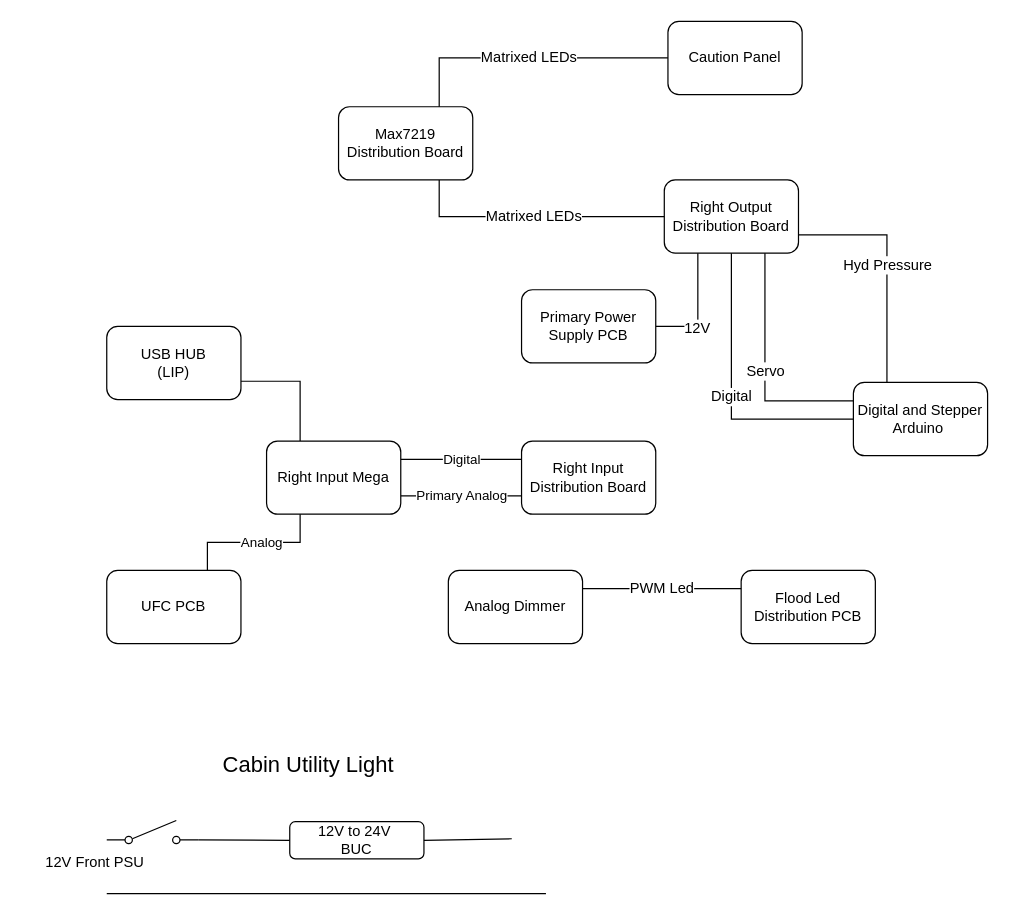
This is page "Right Console" (2 of 4) of Hornet Documentation/Hornet High-Level Connectivity .drawio from bnepethomas/bne-arduino-flight-simulator-interfaces, a draw.io file, before an edit. Source tidied: cells renumbered, new cells numbered last; positions are measured from the earlier drawing's top-left corner, leaving out a move shared by most shapes. Both pictures are drawn from the tidied source at 122%, with x=0, y=0 at pixel (33, 21).
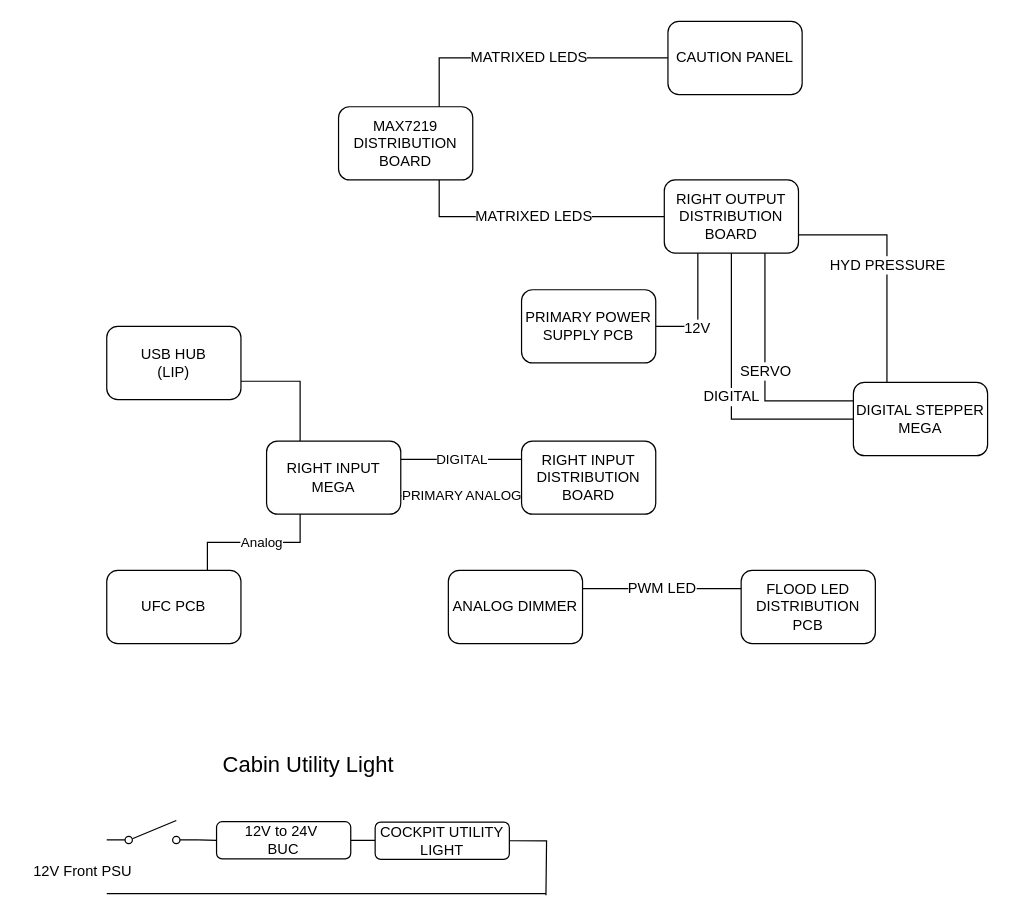
The same diagram, later.

What changed in the source:
```diff
@@
     <mxCell id="2" value="12V Front PSU" style="text;html=1;align=center;verticalAlign=middle;fillColor=none;strokeColor=none;rounded=0;" parent="1" vertex="1">
-      <mxGeometry y="680" width="100" height="20" as="geometry" />
+      <mxGeometry x="-10" y="686.5" width="100" height="20" as="geometry" />
     </mxCell>
-    <mxCell id="3" value="Hyd Pressure" style="edgeStyle=orthogonalEdgeStyle;rounded=0;jettySize=auto;html=1;exitX=1;exitY=0.75;exitDx=0;exitDy=0;entryX=0.25;entryY=0;entryDx=0;entryDy=0;fontSize=12;endArrow=none;endFill=0;endSize=2;" parent="1" edge="1" source="4" target="24">
+    <mxCell id="3" value="HYD PRESSURE" style="edgeStyle=orthogonalEdgeStyle;rounded=0;jettySize=auto;html=1;exitX=1;exitY=0.75;exitDx=0;exitDy=0;entryX=0.25;entryY=0;entryDx=0;entryDy=0;fontSize=12;endArrow=none;endFill=0;endSize=2;" parent="1" edge="1" source="4" target="24">
       <mxGeometry relative="1" as="geometry" />
     </mxCell>
-    <mxCell id="4" value="Right Output Distribution Board" style="rounded=1;whiteSpace=wrap;html=1;" parent="1" vertex="1">
+    <mxCell id="4" value="RIGHT OUTPUT DISTRIBUTION BOARD" style="rounded=1;whiteSpace=wrap;html=1;" parent="1" vertex="1">
       <mxGeometry x="517" y="130" width="110" height="60" as="geometry" />
     </mxCell>
-    <mxCell id="5" value="Digital" style="edgeStyle=none;rounded=0;jettySize=auto;html=1;exitX=1;exitY=0.25;exitDx=0;exitDy=0;entryX=0;entryY=0.25;entryDx=0;entryDy=0;endArrow=none;endFill=0;endSize=2;" parent="1" edge="1" source="7" target="25">
+    <mxCell id="5" value="DIGITAL" style="edgeStyle=none;rounded=0;jettySize=auto;html=1;exitX=1;exitY=0.25;exitDx=0;exitDy=0;entryX=0;entryY=0.25;entryDx=0;entryDy=0;endArrow=none;endFill=0;endSize=2;" parent="1" edge="1" source="7" target="25">
       <mxGeometry relative="1" as="geometry" />
     </mxCell>
-    <mxCell id="6" value="Primary Analog" style="edgeStyle=none;rounded=0;jettySize=auto;html=1;exitX=1;exitY=0.75;exitDx=0;exitDy=0;entryX=0;entryY=0.75;entryDx=0;entryDy=0;endArrow=none;endFill=0;endSize=2;" parent="1" edge="1" source="7" target="25">
+    <mxCell id="6" value="PRIMARY ANALOG" style="edgeStyle=none;rounded=0;jettySize=auto;html=1;exitX=1;exitY=0.75;exitDx=0;exitDy=0;entryX=0;entryY=0.75;entryDx=0;entryDy=0;endArrow=none;endFill=0;endSize=2;" parent="1" edge="1" source="7" target="25">
       <mxGeometry relative="1" as="geometry" />
     </mxCell>
-    <mxCell id="7" value="Right Input Mega" style="rounded=1;whiteSpace=wrap;html=1;" parent="1" vertex="1">
+    <mxCell id="7" value="RIGHT INPUT MEGA" style="rounded=1;whiteSpace=wrap;html=1;" parent="1" vertex="1">
       <mxGeometry x="191" y="344" width="110" height="60" as="geometry" />
     </mxCell>
@@
+    <mxCell id="33" style="edgeStyle=orthogonalEdgeStyle;rounded=0;jettySize=auto;html=1;exitX=1;exitY=0.5;exitDx=0;exitDy=0;entryX=0;entryY=0.5;entryDx=0;entryDy=0;fontSize=16;endArrow=none;endFill=0;" parent="1" edge="1" source="13" target="35">
+      <mxGeometry relative="1" as="geometry" />
+    </mxCell>
     <mxCell id="13" value="12V to 24V&amp;nbsp;&lt;br&gt;BUC" style="rounded=1;whiteSpace=wrap;html=1;" parent="1" vertex="1">
-      <mxGeometry x="210" y="656" width="110" height="30.5" as="geometry" />
+      <mxGeometry x="150" y="656" width="110" height="30.5" as="geometry" />
     </mxCell>
@@
-    <mxCell id="16" style="edgeStyle=none;rounded=0;jettySize=auto;html=1;exitX=0.2;exitY=1;exitDx=0;exitDy=0;exitPerimeter=0;entryX=1;entryY=0.5;entryDx=0;entryDy=0;endArrow=none;endFill=0;" parent="1" edge="1" target="13">
-      <mxGeometry relative="1" as="geometry">
-        <mxPoint x="392" y="670" as="sourcePoint" />
-      </mxGeometry>
-    </mxCell>
@@
-    <mxCell id="21" value="Primary Power Supply PCB&lt;br&gt;" style="rounded=1;whiteSpace=wrap;html=1;" parent="1" vertex="1">
+    <mxCell id="21" value="PRIMARY POWER SUPPLY PCB" style="rounded=1;whiteSpace=wrap;html=1;" parent="1" vertex="1">
       <mxGeometry x="400" y="220" width="110" height="60" as="geometry" />
     </mxCell>
-    <mxCell id="22" value="Digital" style="edgeStyle=orthogonalEdgeStyle;rounded=0;jettySize=auto;html=1;exitX=0;exitY=0.5;exitDx=0;exitDy=0;entryX=0.5;entryY=1;entryDx=0;entryDy=0;fontSize=12;endArrow=none;endFill=0;endSize=2;" parent="1" edge="1" source="24" target="4">
+    <mxCell id="22" value="DIGITAL" style="edgeStyle=orthogonalEdgeStyle;rounded=0;jettySize=auto;html=1;exitX=0;exitY=0.5;exitDx=0;exitDy=0;entryX=0.5;entryY=1;entryDx=0;entryDy=0;fontSize=12;endArrow=none;endFill=0;endSize=2;" parent="1" edge="1" source="24" target="4">
       <mxGeometry relative="1" as="geometry" />
     </mxCell>
-    <mxCell id="23" value="Servo" style="edgeStyle=orthogonalEdgeStyle;rounded=0;jettySize=auto;html=1;exitX=0;exitY=0.25;exitDx=0;exitDy=0;entryX=0.75;entryY=1;entryDx=0;entryDy=0;fontSize=12;endArrow=none;endFill=0;endSize=2;" parent="1" edge="1" source="24" target="4">
+    <mxCell id="23" value="SERVO" style="edgeStyle=orthogonalEdgeStyle;rounded=0;jettySize=auto;html=1;exitX=0;exitY=0.25;exitDx=0;exitDy=0;entryX=0.75;entryY=1;entryDx=0;entryDy=0;fontSize=12;endArrow=none;endFill=0;endSize=2;" parent="1" edge="1" source="24" target="4">
       <mxGeometry relative="1" as="geometry" />
     </mxCell>
-    <mxCell id="24" value="Digital and Stepper Arduino&amp;nbsp;" style="rounded=1;whiteSpace=wrap;html=1;" parent="1" vertex="1">
+    <mxCell id="24" value="DIGITAL STEPPER&lt;br&gt;MEGA" style="rounded=1;whiteSpace=wrap;html=1;" parent="1" vertex="1">
       <mxGeometry x="672" y="296" width="110" height="60" as="geometry" />
     </mxCell>
-    <mxCell id="25" value="Right Input Distribution Board" style="rounded=1;whiteSpace=wrap;html=1;" parent="1" vertex="1">
+    <mxCell id="25" value="RIGHT INPUT DISTRIBUTION BOARD" style="rounded=1;whiteSpace=wrap;html=1;" parent="1" vertex="1">
       <mxGeometry x="400" y="344" width="110" height="60" as="geometry" />
     </mxCell>
-    <mxCell id="26" value="Matrixed LEDs" style="edgeStyle=orthogonalEdgeStyle;rounded=0;jettySize=auto;html=1;exitX=0.75;exitY=1;exitDx=0;exitDy=0;entryX=0;entryY=0.5;entryDx=0;entryDy=0;fontSize=12;endArrow=none;endFill=0;endSize=2;" parent="1" edge="1" source="27" target="4">
+    <mxCell id="26" value="MATRIXED LEDS" style="edgeStyle=orthogonalEdgeStyle;rounded=0;jettySize=auto;html=1;exitX=0.75;exitY=1;exitDx=0;exitDy=0;entryX=0;entryY=0.5;entryDx=0;entryDy=0;fontSize=12;endArrow=none;endFill=0;endSize=2;" parent="1" edge="1" source="27" target="4">
       <mxGeometry relative="1" as="geometry" />
     </mxCell>
-    <mxCell id="27" value="Max7219 Distribution Board" style="rounded=1;whiteSpace=wrap;html=1;" parent="1" vertex="1">
+    <mxCell id="27" value="MAX7219 DISTRIBUTION BOARD" style="rounded=1;whiteSpace=wrap;html=1;" parent="1" vertex="1">
       <mxGeometry x="250" y="70" width="110" height="60" as="geometry" />
     </mxCell>
-    <mxCell id="28" value="Matrixed LEDs" style="edgeStyle=orthogonalEdgeStyle;rounded=0;jettySize=auto;html=1;exitX=0;exitY=0.5;exitDx=0;exitDy=0;entryX=0.75;entryY=0;entryDx=0;entryDy=0;fontSize=12;endArrow=none;endFill=0;endSize=2;" parent="1" edge="1" source="29" target="27">
+    <mxCell id="28" value="MATRIXED LEDS" style="edgeStyle=orthogonalEdgeStyle;rounded=0;jettySize=auto;html=1;exitX=0;exitY=0.5;exitDx=0;exitDy=0;entryX=0.75;entryY=0;entryDx=0;entryDy=0;fontSize=12;endArrow=none;endFill=0;endSize=2;" parent="1" edge="1" source="29" target="27">
       <mxGeometry relative="1" as="geometry" />
     </mxCell>
-    <mxCell id="29" value="Caution Panel" style="rounded=1;whiteSpace=wrap;html=1;" parent="1" vertex="1">
+    <mxCell id="29" value="CAUTION PANEL" style="rounded=1;whiteSpace=wrap;html=1;" parent="1" vertex="1">
       <mxGeometry x="520" width="110" height="60" as="geometry" />
     </mxCell>
-    <mxCell id="30" value="Flood Led Distribution PCB" style="rounded=1;whiteSpace=wrap;html=1;" parent="1" vertex="1">
+    <mxCell id="30" value="FLOOD LED DISTRIBUTION PCB" style="rounded=1;whiteSpace=wrap;html=1;" parent="1" vertex="1">
       <mxGeometry x="580" y="450" width="110" height="60" as="geometry" />
     </mxCell>
-    <mxCell id="31" value="PWM Led" style="edgeStyle=orthogonalEdgeStyle;rounded=0;jettySize=auto;html=1;exitX=1;exitY=0.25;exitDx=0;exitDy=0;entryX=0;entryY=0.25;entryDx=0;entryDy=0;fontSize=12;endArrow=none;endFill=0;endSize=2;" parent="1" edge="1" source="32" target="30">
+    <mxCell id="31" value="PWM LED" style="edgeStyle=orthogonalEdgeStyle;rounded=0;jettySize=auto;html=1;exitX=1;exitY=0.25;exitDx=0;exitDy=0;entryX=0;entryY=0.25;entryDx=0;entryDy=0;fontSize=12;endArrow=none;endFill=0;endSize=2;" parent="1" edge="1" source="32" target="30">
       <mxGeometry relative="1" as="geometry" />
     </mxCell>
-    <mxCell id="32" value="Analog Dimmer" style="rounded=1;whiteSpace=wrap;html=1;" parent="1" vertex="1">
+    <mxCell id="32" value="ANALOG DIMMER" style="rounded=1;whiteSpace=wrap;html=1;" parent="1" vertex="1">
       <mxGeometry x="340" y="450" width="110" height="60" as="geometry" />
     </mxCell>
+    <mxCell id="34" style="edgeStyle=orthogonalEdgeStyle;rounded=0;jettySize=auto;html=1;exitX=1;exitY=0.5;exitDx=0;exitDy=0;fontSize=16;endArrow=none;endFill=0;" parent="1" edge="1" source="35">
+      <mxGeometry relative="1" as="geometry">
+        <mxPoint x="420" y="716.4" as="targetPoint" />
+      </mxGeometry>
+    </mxCell>
+    <mxCell id="35" value="COCKPIT UTILITY LIGHT" style="rounded=1;whiteSpace=wrap;html=1;" parent="1" vertex="1">
+      <mxGeometry x="280" y="656.4" width="110" height="30.5" as="geometry" />
+    </mxCell>
```
